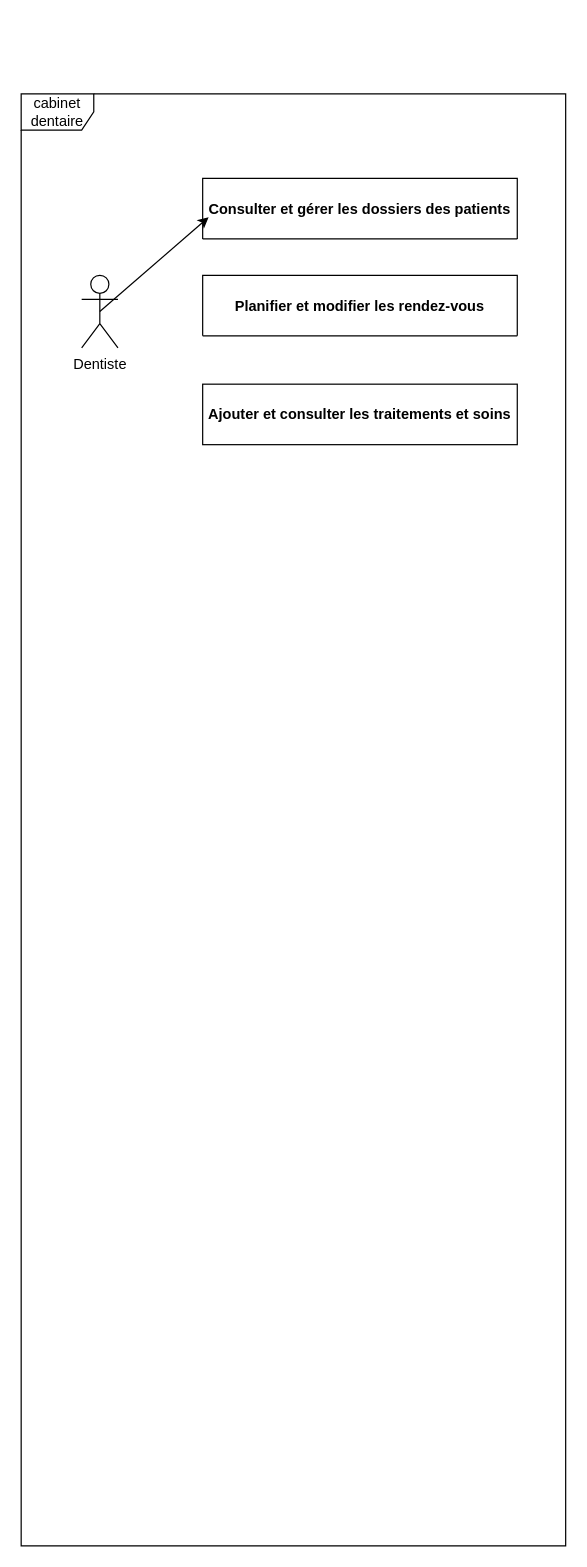
Before: Untitled Diagram.drawio in manalhub3/cabinet_dentaire, a draw.io diagram. Source tidied: cells renumbered, new cells numbered last; positions are measured from the earlier drawing's top-left corner, leaving out a move shared by most shapes. Both pictures are drawn from the tidied source at 121%, with x=0, y=0 at pixel (21, 93).
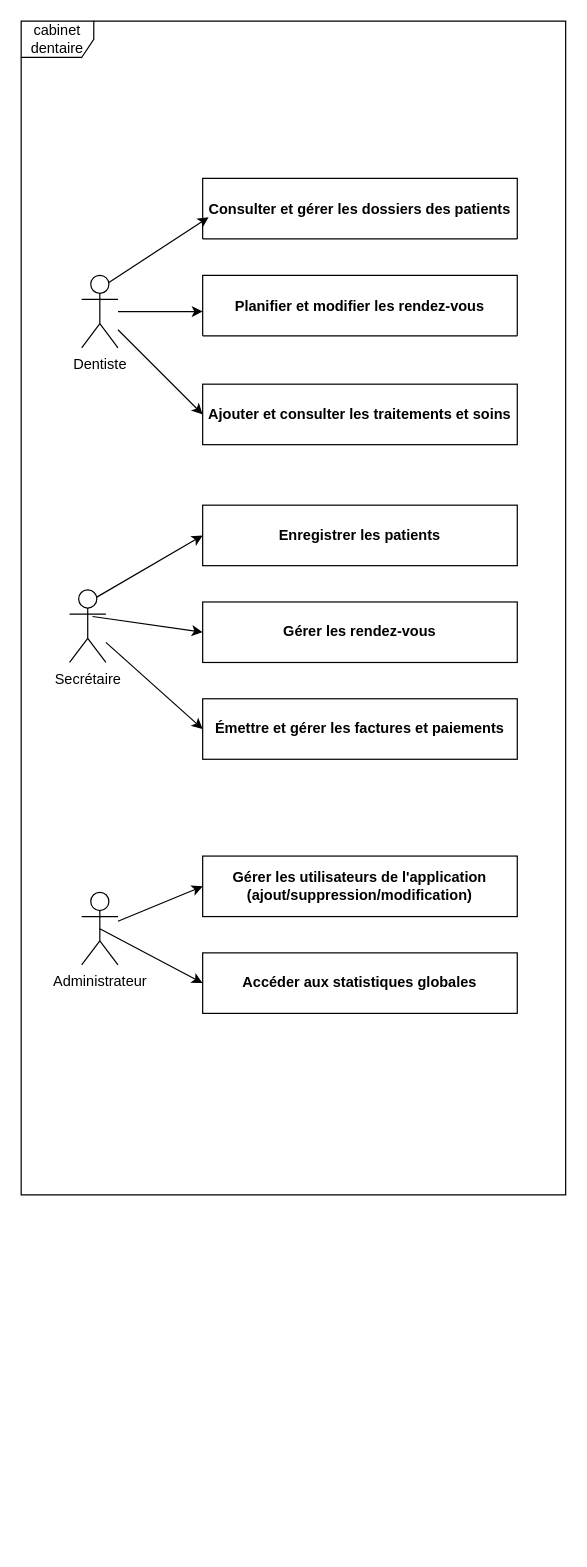
Above is the later version.

Commit message (it also covers changes not shown here):
use case diagram

The change refers to these unchanged cells:
```xml
<mxCell id="2" value="Consulter et gérer les dossiers des patients" style="shape=table;startSize=75;childLayout=tableLayout;rowLines=1;fontStyle=1;align=center;" parent="1" vertex="1">
  <mxGeometry x="150" y="70" width="260" height="50" as="geometry" />
</mxCell>
<mxCell id="5" value="&lt;p&gt;&lt;b&gt;Ajouter et consulter les traitements et soins&lt;/b&gt;&lt;/p&gt;" style="rounded=0;whiteSpace=wrap;html=1;" parent="1" vertex="1">
  <mxGeometry x="150" y="240" width="260" height="50" as="geometry" />
</mxCell>
<mxCell id="6" value="Dentiste" style="shape=umlActor;verticalLabelPosition=bottom;verticalAlign=top;html=1;outlineConnect=0;" parent="1" vertex="1">
  <mxGeometry x="50" y="150" width="30" height="60" as="geometry" />
</mxCell>
```

Diff of the diagram source:
```diff
@@
     <mxCell id="4" value="cabinet dentaire" style="shape=umlFrame;whiteSpace=wrap;html=1;" parent="1" vertex="1">
-      <mxGeometry width="450" height="1200" as="geometry" />
+      <mxGeometry y="-60" width="450" height="970" as="geometry" />
     </mxCell>
@@
-    <mxCell id="7" style="endArrow=classic;html=1;rounded=0;exitX=0.5;exitY=0.5;exitDx=0;exitDy=0;exitPerimeter=0;entryX=0.019;entryY=0.64;entryDx=0;entryDy=0;entryPerimeter=0;" parent="1" edge="1" source="6" target="2">
+    <mxCell id="7" style="endArrow=classic;html=1;rounded=0;exitX=0.75;exitY=0.1;exitDx=0;exitDy=0;exitPerimeter=0;entryX=0.019;entryY=0.64;entryDx=0;entryDy=0;entryPerimeter=0;" parent="1" edge="1" source="6" target="2">
       <mxGeometry relative="1" as="geometry" />
     </mxCell>
+    <mxCell id="8" style="endArrow=classic;html=1;rounded=0;entryX=0;entryY=0.5;entryDx=0;entryDy=0;" parent="1" edge="1" source="6" target="5">
+      <mxGeometry relative="1" as="geometry" />
+    </mxCell>
+    <mxCell id="9" style="endArrow=classic;html=1;rounded=0;" parent="1" edge="1" source="6">
+      <mxGeometry relative="1" as="geometry">
+        <mxPoint x="150" y="180" as="targetPoint" />
+      </mxGeometry>
+    </mxCell>
+    <mxCell id="10" value="&lt;div&gt;&lt;p&gt;&lt;b&gt;Enregistrer les patients&lt;/b&gt;&lt;/p&gt;&lt;/div&gt;" style="rounded=0;whiteSpace=wrap;html=1;" parent="1" vertex="1">
+      <mxGeometry x="150" y="340" width="260" height="50" as="geometry" />
+    </mxCell>
+    <mxCell id="11" value="&lt;p&gt;&lt;b&gt;Émettre et gérer les factures et paiements&lt;/b&gt;&lt;/p&gt;" style="rounded=0;whiteSpace=wrap;html=1;" parent="1" vertex="1">
+      <mxGeometry x="150" y="500" width="260" height="50" as="geometry" />
+    </mxCell>
+    <mxCell id="12" value="&lt;p&gt;&lt;b&gt;Gérer les rendez-vous&lt;/b&gt;&lt;/p&gt;" style="rounded=0;whiteSpace=wrap;html=1;" parent="1" vertex="1">
+      <mxGeometry x="150" y="420" width="260" height="50" as="geometry" />
+    </mxCell>
+    <mxCell id="13" value="Secrétaire" style="shape=umlActor;verticalLabelPosition=bottom;verticalAlign=top;html=1;outlineConnect=0;" parent="1" vertex="1">
+      <mxGeometry x="40" y="410" width="30" height="60" as="geometry" />
+    </mxCell>
+    <mxCell id="14" style="endArrow=classic;html=1;rounded=0;exitX=0.75;exitY=0.1;exitDx=0;exitDy=0;exitPerimeter=0;entryX=0;entryY=0.5;entryDx=0;entryDy=0;" parent="1" edge="1" source="13" target="10">
+      <mxGeometry relative="1" as="geometry" />
+    </mxCell>
+    <mxCell id="15" style="endArrow=classic;html=1;rounded=0;entryX=0;entryY=0.5;entryDx=0;entryDy=0;exitX=0.633;exitY=0.367;exitDx=0;exitDy=0;exitPerimeter=0;" parent="1" edge="1" source="13" target="12">
+      <mxGeometry relative="1" as="geometry" />
+    </mxCell>
+    <mxCell id="16" style="endArrow=classic;html=1;rounded=0;entryX=0;entryY=0.5;entryDx=0;entryDy=0;" parent="1" edge="1" source="13" target="11">
+      <mxGeometry relative="1" as="geometry" />
+    </mxCell>
+    <mxCell id="17" value="&lt;p&gt;&lt;b&gt;Gérer les utilisateurs de l'application (ajout/suppression/modification)&lt;/b&gt;&lt;/p&gt;" style="rounded=0;whiteSpace=wrap;html=1;" parent="1" vertex="1">
+      <mxGeometry x="150" y="630" width="260" height="50" as="geometry" />
+    </mxCell>
+    <mxCell id="18" value="&lt;p&gt;&lt;b&gt;Accéder aux statistiques globales&lt;/b&gt;&lt;/p&gt;" style="rounded=0;whiteSpace=wrap;html=1;" parent="1" vertex="1">
+      <mxGeometry x="150" y="710" width="260" height="50" as="geometry" />
+    </mxCell>
+    <mxCell id="19" value="Administrateur" style="shape=umlActor;verticalLabelPosition=bottom;verticalAlign=top;html=1;outlineConnect=0;" parent="1" vertex="1">
+      <mxGeometry x="50" y="660" width="30" height="60" as="geometry" />
+    </mxCell>
+    <mxCell id="20" style="endArrow=classic;html=1;rounded=0;entryX=0;entryY=0.5;entryDx=0;entryDy=0;" parent="1" edge="1" source="19" target="17">
+      <mxGeometry relative="1" as="geometry" />
+    </mxCell>
+    <mxCell id="21" style="endArrow=classic;html=1;rounded=0;exitX=0.5;exitY=0.5;exitDx=0;exitDy=0;exitPerimeter=0;entryX=0;entryY=0.5;entryDx=0;entryDy=0;" parent="1" edge="1" source="19" target="18">
+      <mxGeometry relative="1" as="geometry" />
+    </mxCell>
```
